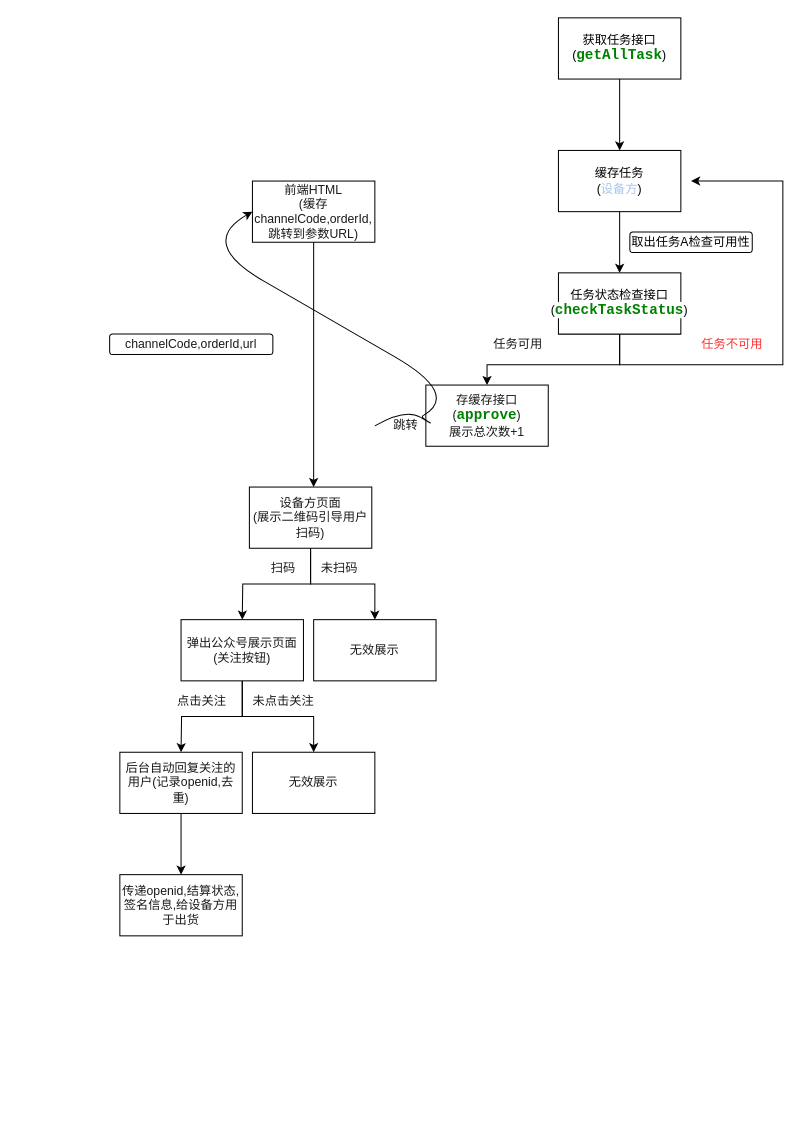
Navven/Img keeps this draw.io diagram as Untitled Diagram.drawio. Above is the earlier version. Source tidied: cells renumbered, new cells numbered last; positions are measured from the earlier drawing's top-left corner, leaving out a move shared by most shapes. Both pictures are drawn from the tidied source at 102%, with x=0, y=0 at pixel (109, 17).
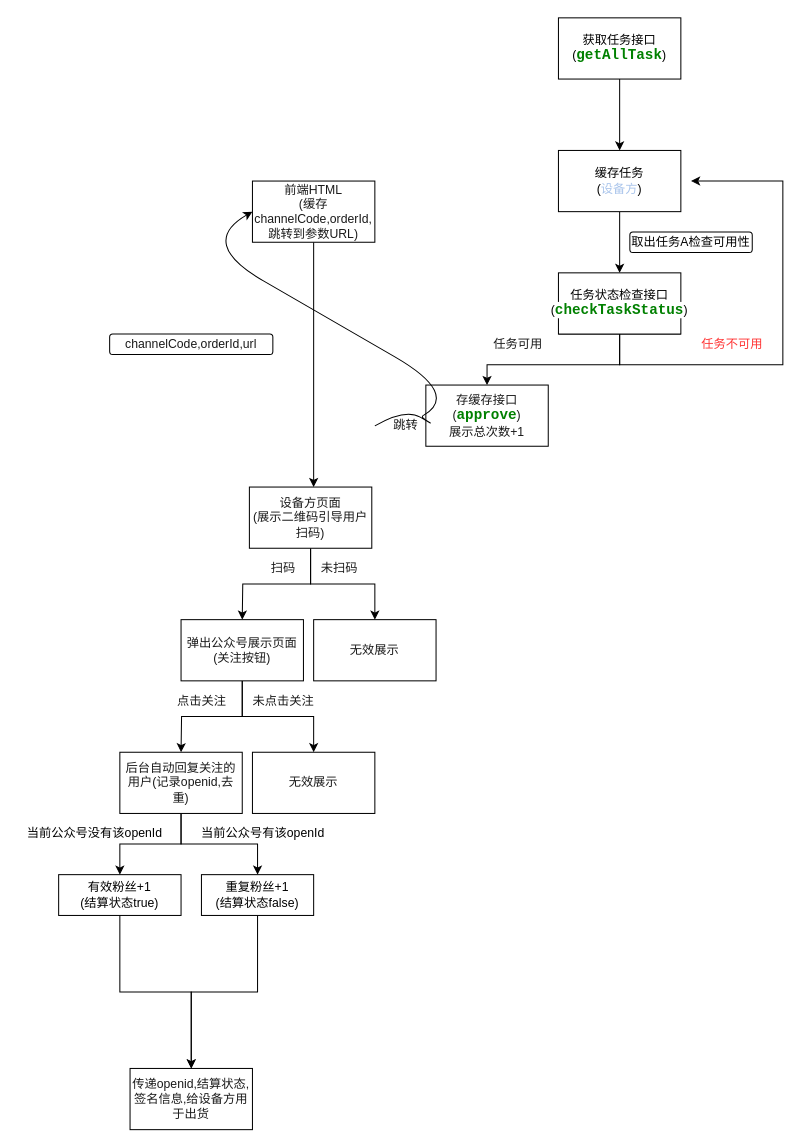
The same diagram, later.

The change refers to these unchanged cells:
```xml
<mxCell id="29" value="后台自动回复关注的用户(记录openid,去重)" style="rounded=0;whiteSpace=wrap;html=1;fontColor=#1A1A1A;" parent="1" vertex="1">
  <mxGeometry x="10" y="720" width="120" height="60" as="geometry" />
</mxCell>
```

The edit, as a diff of the source:
```diff
@@
-    <mxCell id="28" style="edgeStyle=orthogonalEdgeStyle;rounded=0;jettySize=auto;html=1;exitX=0.5;exitY=1;exitDx=0;exitDy=0;fontColor=#1A1A1A;" parent="1" edge="1" source="29">
-      <mxGeometry relative="1" as="geometry">
-        <mxPoint x="70" y="840" as="targetPoint" />
-      </mxGeometry>
-    </mxCell>
+    <mxCell id="34" style="edgeStyle=orthogonalEdgeStyle;rounded=0;jettySize=auto;html=1;exitX=0.5;exitY=1;exitDx=0;exitDy=0;" parent="1" edge="1" source="29" target="37">
+      <mxGeometry relative="1" as="geometry" />
+    </mxCell>
+    <mxCell id="35" style="edgeStyle=orthogonalEdgeStyle;rounded=0;jettySize=auto;html=1;exitX=0.5;exitY=1;exitDx=0;exitDy=0;entryX=0.5;entryY=0;entryDx=0;entryDy=0;" parent="1" edge="1" source="29" target="39">
+      <mxGeometry relative="1" as="geometry" />
+    </mxCell>
@@
     <mxCell id="33" value="传递openid,结算状态,签名信息,给设备方用于出货" style="rounded=0;whiteSpace=wrap;html=1;fontColor=#1A1A1A;" parent="1" vertex="1">
-      <mxGeometry x="10" y="840" width="120" height="60" as="geometry" />
+      <mxGeometry x="20" y="1030" width="120" height="60" as="geometry" />
     </mxCell>
+    <mxCell id="36" style="edgeStyle=orthogonalEdgeStyle;rounded=0;jettySize=auto;html=1;exitX=0.5;exitY=1;exitDx=0;exitDy=0;entryX=0.5;entryY=0;entryDx=0;entryDy=0;" parent="1" edge="1" source="37" target="33">
+      <mxGeometry relative="1" as="geometry" />
+    </mxCell>
+    <mxCell id="37" value="有效粉丝+1&lt;br&gt;(结算状态true)" style="rounded=0;whiteSpace=wrap;html=1;" parent="1" vertex="1">
+      <mxGeometry x="-50" y="840" width="120" height="40" as="geometry" />
+    </mxCell>
+    <mxCell id="38" style="edgeStyle=orthogonalEdgeStyle;rounded=0;jettySize=auto;html=1;exitX=0.5;exitY=1;exitDx=0;exitDy=0;entryX=0.5;entryY=0;entryDx=0;entryDy=0;" parent="1" edge="1" source="39" target="33">
+      <mxGeometry relative="1" as="geometry" />
+    </mxCell>
+    <mxCell id="39" value="重复粉丝+1&lt;br&gt;(结算状态false)" style="rounded=0;whiteSpace=wrap;html=1;" parent="1" vertex="1">
+      <mxGeometry x="90" y="840" width="110" height="40" as="geometry" />
+    </mxCell>
+    <mxCell id="40" value="当前公众号没有该openId" style="text;html=1;align=center;verticalAlign=middle;strokeColor=none;fillColor=none;" parent="1" vertex="1">
+      <mxGeometry x="-90" y="790" width="150" height="20" as="geometry" />
+    </mxCell>
+    <mxCell id="41" value="当前公众号有该openId" style="text;html=1;align=center;verticalAlign=middle;strokeColor=none;fillColor=none;" parent="1" vertex="1">
+      <mxGeometry x="80" y="790" width="140" height="20" as="geometry" />
+    </mxCell>
```
